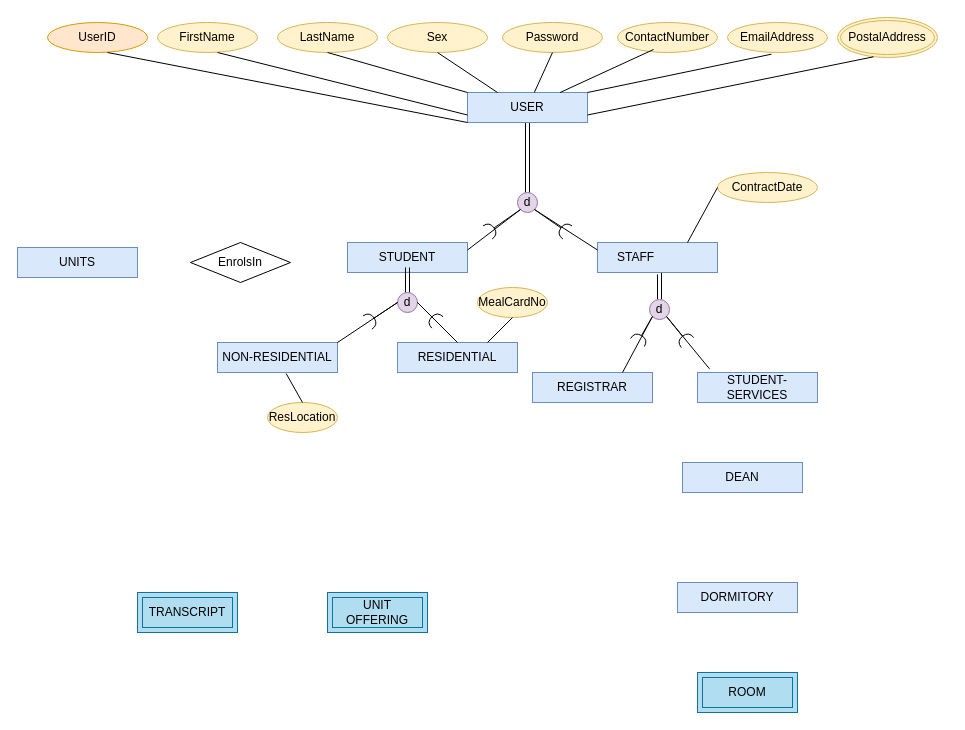
This is Untitled Diagram.drawio from Nash230/IS403SystemsAnalysis-Design_MP, a draw.io file, before an edit. Source tidied: cells renumbered, new cells numbered last; positions are measured from the earlier drawing's top-left corner, leaving out a move shared by most shapes. Both pictures are drawn from the tidied source at 100%, with x=0, y=0 at pixel (17, 17).
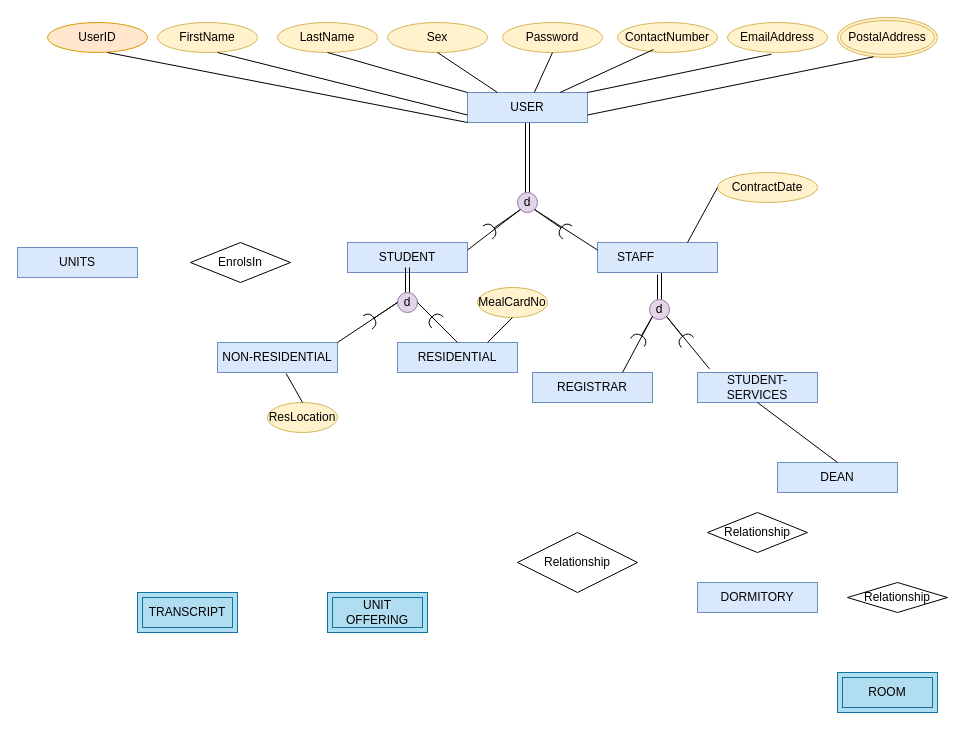
After the change.

Unchanged cells that the change refers to:
```xml
<mxCell id="9" value="STUDENT-SERVICES" style="rounded=0;whiteSpace=wrap;html=1;fillColor=#dae8fc;strokeColor=#6c8ebf;" parent="1" vertex="1">
  <mxGeometry x="680" y="355" width="120" height="30" as="geometry" />
</mxCell>
```

Change to the diagram source:
```diff
@@
     <mxCell id="10" value="DEAN" style="rounded=0;whiteSpace=wrap;html=1;fillColor=#dae8fc;strokeColor=#6c8ebf;" parent="1" vertex="1">
-      <mxGeometry x="665" y="445" width="120" height="30" as="geometry" />
+      <mxGeometry x="760" y="445" width="120" height="30" as="geometry" />
     </mxCell>
@@
     <mxCell id="13" value="DORMITORY" style="rounded=0;whiteSpace=wrap;html=1;fillColor=#dae8fc;strokeColor=#6c8ebf;" parent="1" vertex="1">
-      <mxGeometry x="660" y="565" width="120" height="30" as="geometry" />
+      <mxGeometry x="680" y="565" width="120" height="30" as="geometry" />
     </mxCell>
@@
     <mxCell id="16" value="ROOM" style="shape=ext;margin=3;double=1;whiteSpace=wrap;html=1;align=center;fillColor=#b1ddf0;strokeColor=#10739e;" parent="1" vertex="1">
-      <mxGeometry x="680" y="655" width="100" height="40" as="geometry" />
+      <mxGeometry x="820" y="655" width="100" height="40" as="geometry" />
     </mxCell>
@@
+    <mxCell id="63" style="endArrow=none;html=1;rounded=0;exitX=0.5;exitY=1;exitDx=0;exitDy=0;entryX=0.5;entryY=0;entryDx=0;entryDy=0;" parent="1" edge="1" source="9" target="10">
+      <mxGeometry relative="1" as="geometry" />
+    </mxCell>
+    <mxCell id="64" value="Relationship" style="shape=rhombus;perimeter=rhombusPerimeter;whiteSpace=wrap;html=1;align=center;" parent="1" vertex="1">
+      <mxGeometry x="690" y="495" width="100" height="40" as="geometry" />
+    </mxCell>
+    <mxCell id="65" value="Relationship" style="shape=rhombus;perimeter=rhombusPerimeter;whiteSpace=wrap;html=1;align=center;" parent="1" vertex="1">
+      <mxGeometry x="500" y="515" width="120" height="60" as="geometry" />
+    </mxCell>
+    <mxCell id="66" value="Relationship" style="shape=rhombus;perimeter=rhombusPerimeter;whiteSpace=wrap;html=1;align=center;" parent="1" vertex="1">
+      <mxGeometry x="830" y="565" width="100" height="30" as="geometry" />
+    </mxCell>
```
